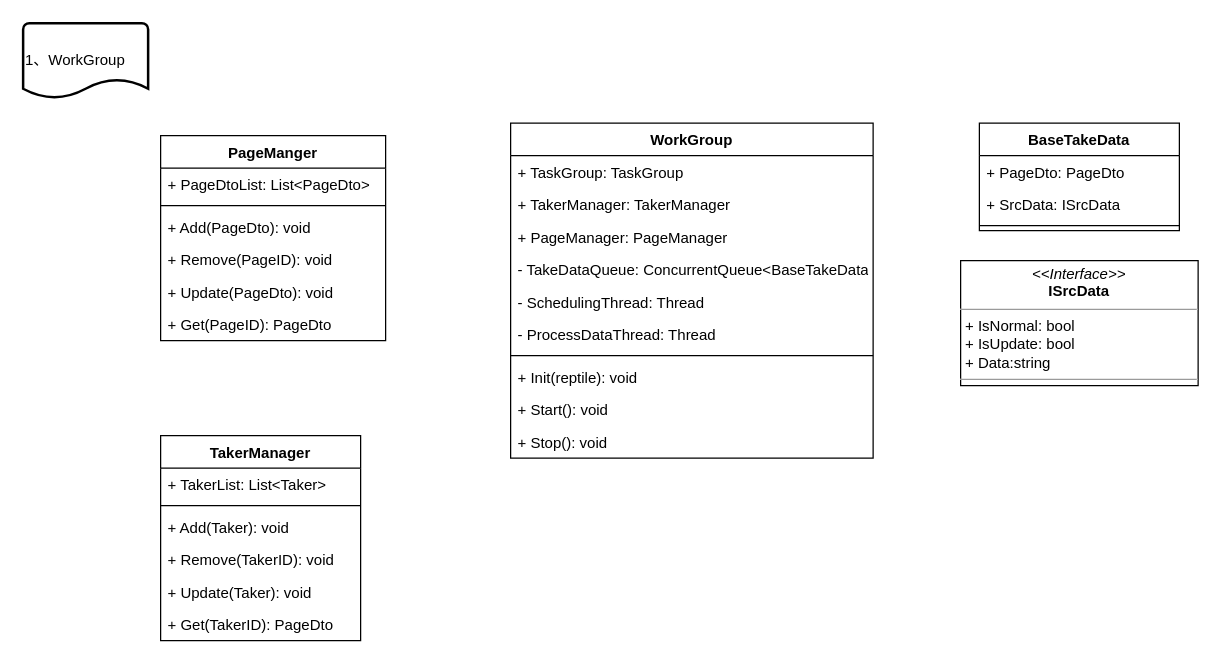
Before: page "任务分组控制模块" (5 of 9) of Designs.drawio in AugustusGao/CommonReptile, a draw.io diagram. Source tidied: cells renumbered, new cells numbered last; positions are measured from the earlier drawing's top-left corner, leaving out a move shared by most shapes. Both pictures are drawn from the tidied source at 125%, with x=0, y=0 at pixel (22, 22).
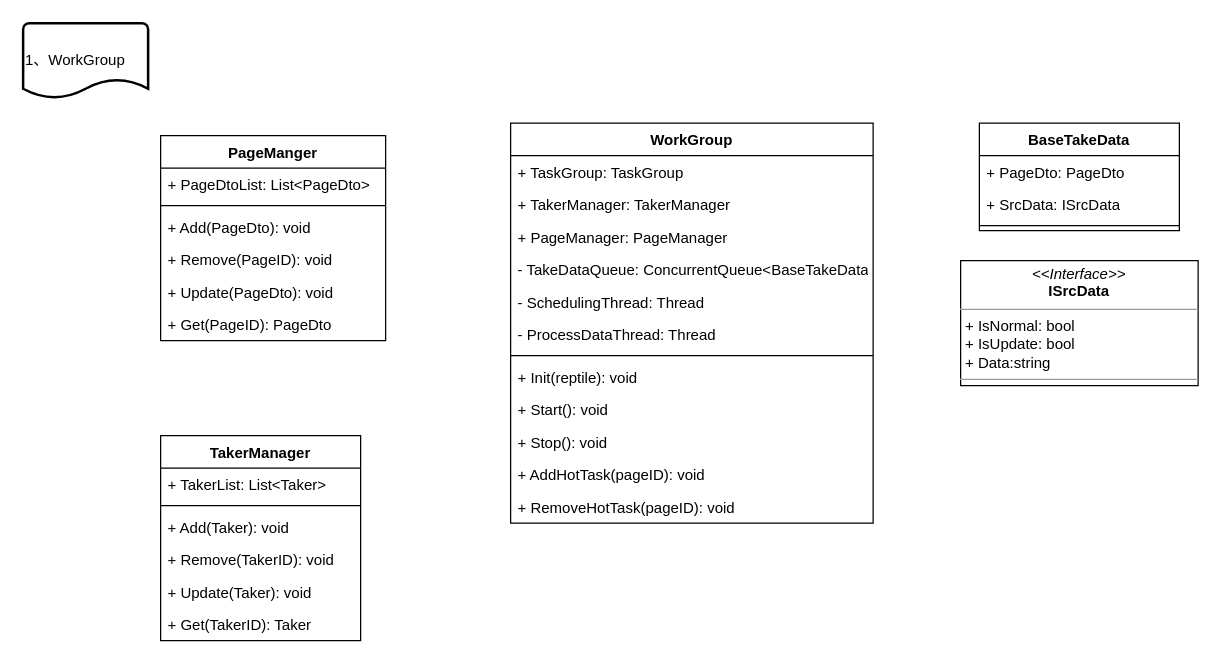
The same diagram, later.

The change refers to these unchanged cells:
```xml
<mxCell id="10" value="TakerManager" style="swimlane;fontStyle=1;align=center;verticalAlign=top;horizontal=1;startSize=26;" parent="1" vertex="1">
  <mxGeometry x="110" y="330" width="160" height="164" as="geometry" />
</mxCell>
```

What changed in the source:
```diff
@@
-    <mxCell id="16" value="+ Get(TakerID): PageDto" style="text;strokeColor=none;fillColor=none;align=left;verticalAlign=top;spacingLeft=4;spacingRight=4;overflow=hidden;" parent="10" vertex="1">
+    <mxCell id="16" value="+ Get(TakerID): Taker" style="text;strokeColor=none;fillColor=none;align=left;verticalAlign=top;spacingLeft=4;spacingRight=4;overflow=hidden;" parent="10" vertex="1">
       <mxGeometry y="138" width="160" height="26" as="geometry" />
     </mxCell>
     <mxCell id="17" value="WorkGroup" style="swimlane;fontStyle=1;align=center;verticalAlign=top;horizontal=1;startSize=26;" parent="1" vertex="1">
-      <mxGeometry x="390" y="80" width="290" height="268" as="geometry" />
+      <mxGeometry x="390" y="80" width="290" height="320" as="geometry" />
     </mxCell>
@@
+    <mxCell id="33" value="+ AddHotTask(pageID): void" style="text;strokeColor=none;fillColor=none;align=left;verticalAlign=top;spacingLeft=4;spacingRight=4;overflow=hidden;" parent="17" vertex="1">
+      <mxGeometry y="268" width="290" height="26" as="geometry" />
+    </mxCell>
+    <mxCell id="34" value="+ RemoveHotTask(pageID): void" style="text;strokeColor=none;fillColor=none;align=left;verticalAlign=top;spacingLeft=4;spacingRight=4;overflow=hidden;" parent="17" vertex="1">
+      <mxGeometry y="294" width="290" height="26" as="geometry" />
+    </mxCell>
```
